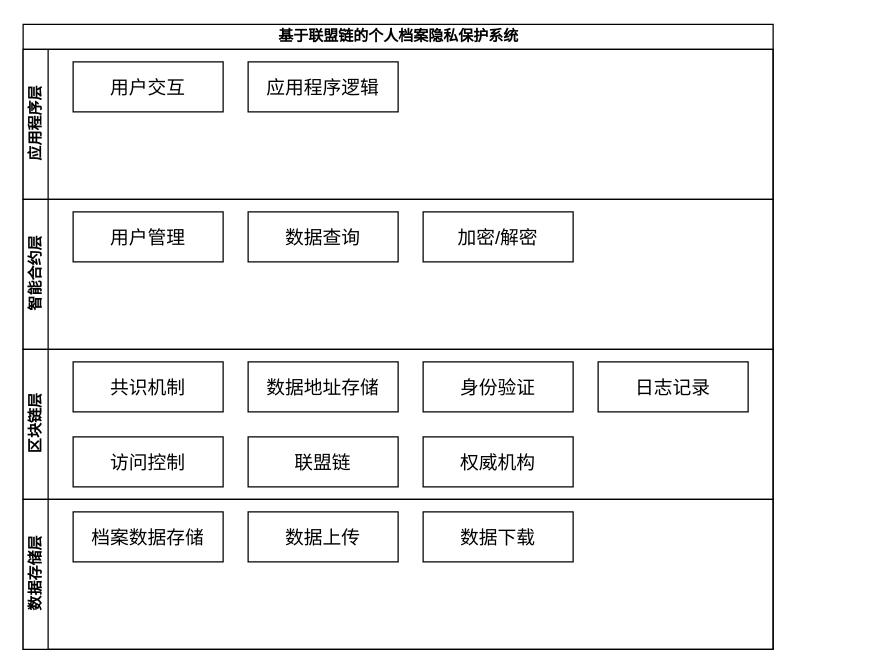
This is 系统设计.drawio from ScauMadLife/BlockChain, a draw.io file, before an edit. Source tidied: cells renumbered, new cells numbered last; positions are measured from the earlier drawing's top-left corner, leaving out a move shared by most shapes. Both pictures are drawn from the tidied source at 125%, with x=0, y=0 at pixel (22, 24).
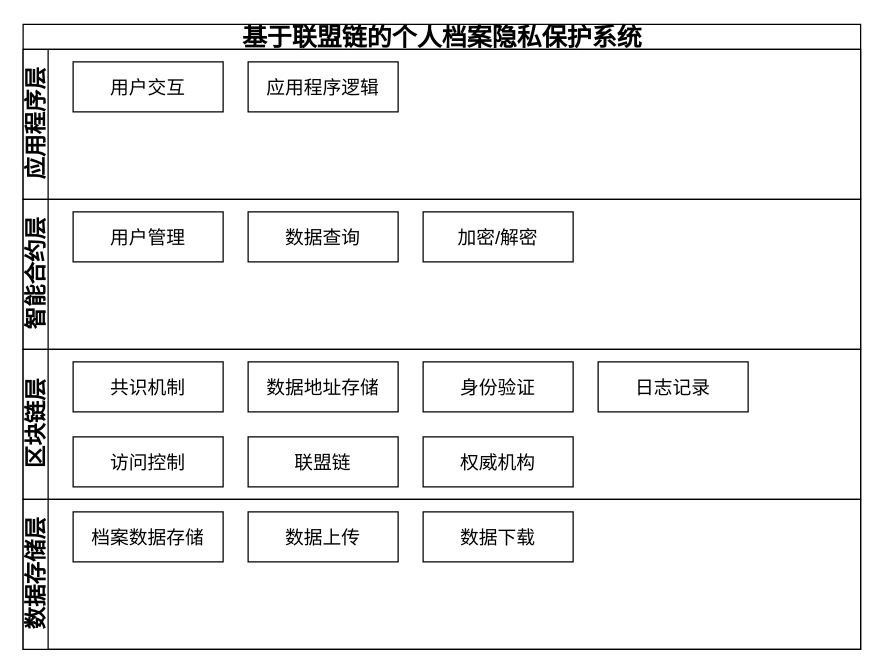
Above is the later version.

Commit message (it also covers changes not shown here):
更新系统设计.drawio

The edit, as a diff of the source:
```diff
@@
-    <mxCell id="2" value="&lt;b&gt;基于联盟链的个人档案隐私保护系统&lt;/b&gt;" style="swimlane;horizontal=1;startSize=20;html=1;" parent="1" vertex="1">
-      <mxGeometry width="600" height="500" as="geometry" />
+    <mxCell id="2" value="&lt;b&gt;&lt;font style=&quot;font-size: 20px;&quot;&gt;基于联盟链的个人档案隐私保护系统&lt;/font&gt;&lt;/b&gt;" style="swimlane;horizontal=1;startSize=20;html=1;" parent="1" vertex="1">
+      <mxGeometry width="670" height="500" as="geometry" />
     </mxCell>
-    <mxCell id="3" value="应用程序层" style="swimlane;startSize=20;horizontal=0;html=1;" parent="2" vertex="1">
-      <mxGeometry y="20" width="600" height="120" as="geometry" />
+    <mxCell id="3" value="&lt;font style=&quot;font-size: 18px;&quot;&gt;应用程序层&lt;/font&gt;" style="swimlane;startSize=20;horizontal=0;html=1;" parent="2" vertex="1">
+      <mxGeometry y="20" width="670" height="120" as="geometry" />
     </mxCell>
@@
-    <mxCell id="6" value="智能合约层" style="swimlane;startSize=20;horizontal=0;html=1;" parent="2" vertex="1">
-      <mxGeometry y="140" width="600" height="120" as="geometry" />
+    <mxCell id="6" value="&lt;font style=&quot;font-size: 18px;&quot;&gt;智能合约层&lt;/font&gt;" style="swimlane;startSize=20;horizontal=0;html=1;" parent="2" vertex="1">
+      <mxGeometry y="140" width="670" height="120" as="geometry" />
     </mxCell>
@@
-    <mxCell id="10" value="区块链层" style="swimlane;startSize=20;horizontal=0;html=1;" parent="2" vertex="1">
-      <mxGeometry y="260" width="600" height="120" as="geometry" />
+    <mxCell id="10" value="&lt;font style=&quot;font-size: 18px;&quot;&gt;区块链层&lt;/font&gt;" style="swimlane;startSize=20;horizontal=0;html=1;" parent="2" vertex="1">
+      <mxGeometry y="260" width="670" height="120" as="geometry" />
     </mxCell>
@@
-    <mxCell id="18" value="数据存储层" style="swimlane;startSize=20;horizontal=0;html=1;" parent="2" vertex="1">
-      <mxGeometry y="380" width="600" height="120" as="geometry" />
+    <mxCell id="18" value="&lt;font style=&quot;font-size: 18px;&quot;&gt;数据存储层&lt;/font&gt;" style="swimlane;startSize=20;horizontal=0;html=1;" parent="2" vertex="1">
+      <mxGeometry y="380" width="670" height="120" as="geometry" />
     </mxCell>
```
